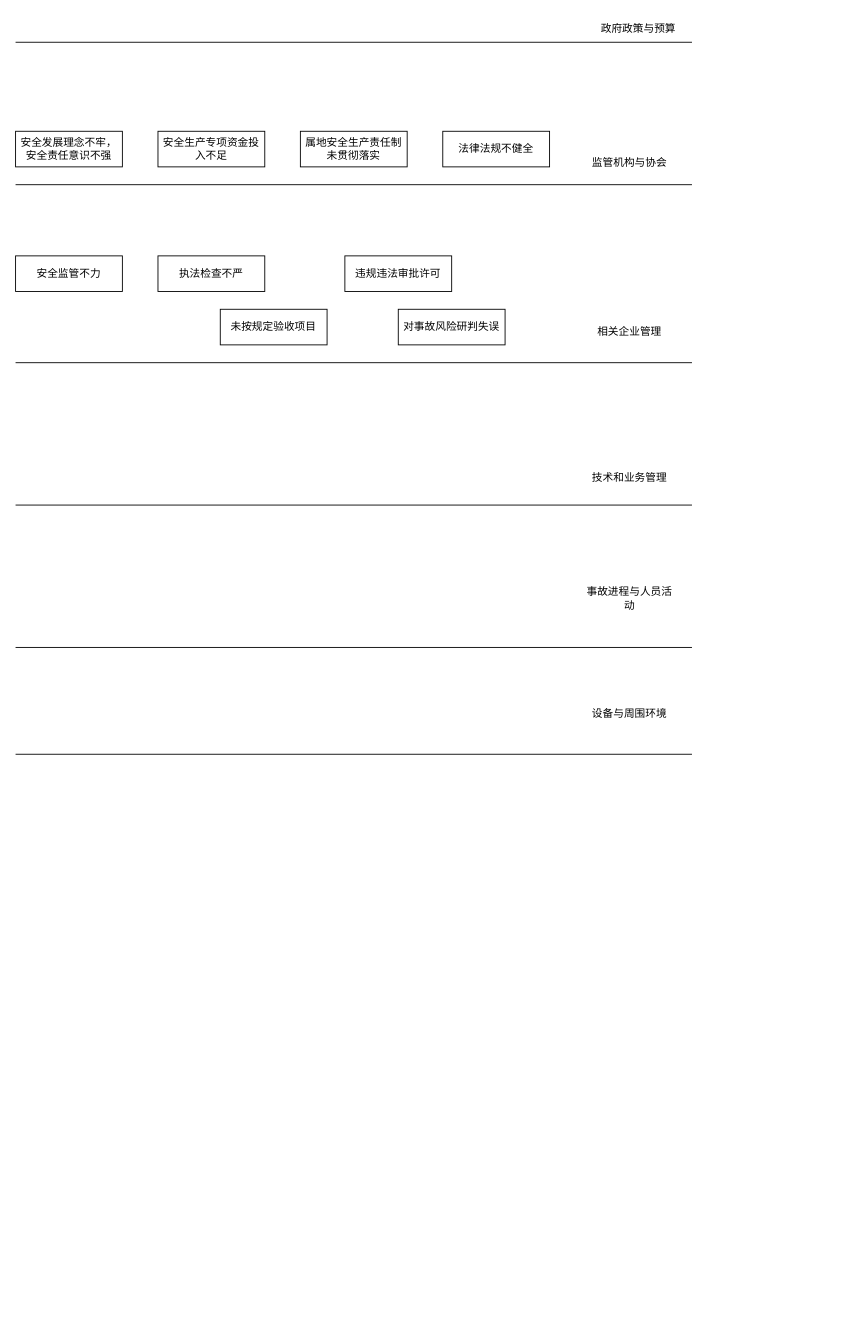
Before: 未命名绘图.drawio in fangjiarong/docs, a draw.io diagram. Source tidied: cells renumbered, new cells numbered last; positions are measured from the earlier drawing's top-left corner, leaving out a move shared by most shapes. Both pictures are drawn from the tidied source at 89%, with x=0, y=0 at pixel (15, 15).
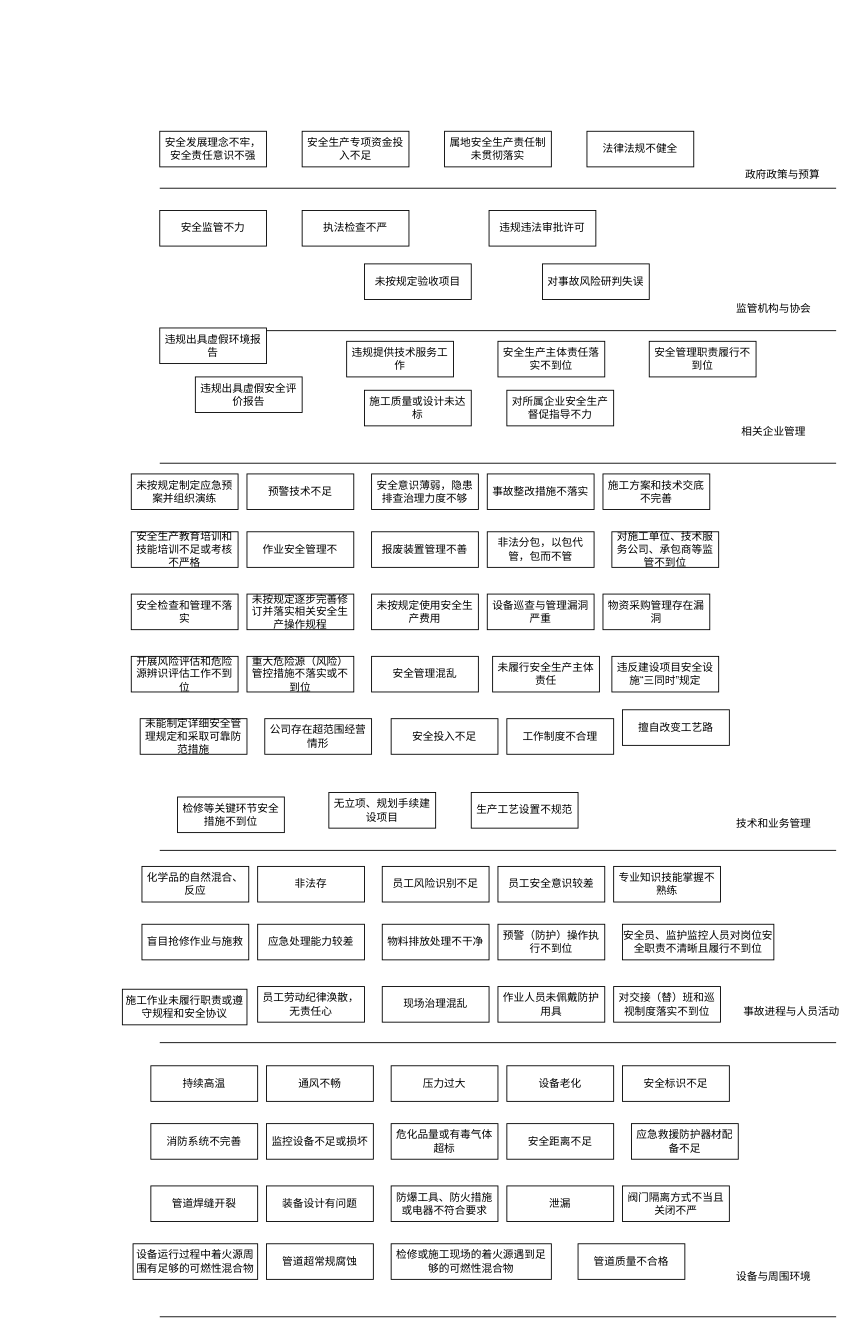
The same page after the edit.

Commit message (it also covers changes not shown here):
更新未命名绘图.drawio

The edit, as a diff of the source:
```diff
@@
     <mxCell id="2" style="endArrow=none;html=1;rounded=0;" parent="1" edge="1">
       <mxGeometry relative="1" as="geometry">
-        <mxPoint y="30" as="sourcePoint" />
-        <mxPoint x="760" y="30" as="targetPoint" />
+        <mxPoint x="162" y="194" as="sourcePoint" />
+        <mxPoint x="922" y="194" as="targetPoint" />
       </mxGeometry>
     </mxCell>
     <mxCell id="3" style="endArrow=none;html=1;rounded=0;" parent="1" edge="1">
       <mxGeometry relative="1" as="geometry">
-        <mxPoint y="190" as="sourcePoint" />
-        <mxPoint x="760" y="190" as="targetPoint" />
+        <mxPoint x="162" y="354" as="sourcePoint" />
+        <mxPoint x="922" y="354" as="targetPoint" />
       </mxGeometry>
     </mxCell>
     <mxCell id="4" style="endArrow=none;html=1;rounded=0;" parent="1" edge="1">
       <mxGeometry relative="1" as="geometry">
-        <mxPoint y="390" as="sourcePoint" />
-        <mxPoint x="760" y="390" as="targetPoint" />
+        <mxPoint x="162" y="503" as="sourcePoint" />
+        <mxPoint x="922" y="503" as="targetPoint" />
       </mxGeometry>
     </mxCell>
     <mxCell id="5" style="endArrow=none;html=1;rounded=0;" parent="1" edge="1">
       <mxGeometry relative="1" as="geometry">
-        <mxPoint y="550" as="sourcePoint" />
-        <mxPoint x="760" y="550" as="targetPoint" />
+        <mxPoint x="162" y="938" as="sourcePoint" />
+        <mxPoint x="922" y="938" as="targetPoint" />
       </mxGeometry>
     </mxCell>
     <mxCell id="6" style="endArrow=none;html=1;rounded=0;" parent="1" edge="1">
       <mxGeometry relative="1" as="geometry">
-        <mxPoint y="710" as="sourcePoint" />
-        <mxPoint x="760" y="710" as="targetPoint" />
+        <mxPoint x="162" y="1154" as="sourcePoint" />
+        <mxPoint x="922" y="1154" as="targetPoint" />
       </mxGeometry>
     </mxCell>
     <mxCell id="7" value="政府政策与预算" style="text;html=1;strokeColor=none;fillColor=none;align=center;verticalAlign=middle;whiteSpace=wrap;rounded=0;" parent="1" vertex="1">
-      <mxGeometry x="650" width="100" height="30" as="geometry" />
+      <mxGeometry x="812" y="164" width="100" height="30" as="geometry" />
     </mxCell>
     <mxCell id="8" value="监管机构与协会" style="text;html=1;strokeColor=none;fillColor=none;align=center;verticalAlign=middle;whiteSpace=wrap;rounded=0;" parent="1" vertex="1">
-      <mxGeometry x="640" y="150" width="100" height="30" as="geometry" />
+      <mxGeometry x="802" y="314" width="100" height="30" as="geometry" />
     </mxCell>
     <mxCell id="9" value="相关企业管理" style="text;html=1;strokeColor=none;fillColor=none;align=center;verticalAlign=middle;whiteSpace=wrap;rounded=0;" parent="1" vertex="1">
-      <mxGeometry x="640" y="340" width="100" height="30" as="geometry" />
+      <mxGeometry x="802" y="453" width="100" height="30" as="geometry" />
     </mxCell>
     <mxCell id="10" value="技术和业务管理" style="text;html=1;strokeColor=none;fillColor=none;align=center;verticalAlign=middle;whiteSpace=wrap;rounded=0;" parent="1" vertex="1">
-      <mxGeometry x="640" y="505" width="100" height="30" as="geometry" />
+      <mxGeometry x="802" y="893" width="100" height="30" as="geometry" />
     </mxCell>
     <mxCell id="11" value="事故进程与人员活动" style="text;html=1;strokeColor=none;fillColor=none;align=center;verticalAlign=middle;whiteSpace=wrap;rounded=0;" parent="1" vertex="1">
-      <mxGeometry x="640" y="640" width="100" height="30" as="geometry" />
+      <mxGeometry x="812" y="1104" width="120" height="30" as="geometry" />
     </mxCell>
     <mxCell id="12" value="设备与周围环境" style="text;html=1;strokeColor=none;fillColor=none;align=center;verticalAlign=middle;whiteSpace=wrap;rounded=0;" parent="1" vertex="1">
-      <mxGeometry x="640" y="770" width="100" height="30" as="geometry" />
+      <mxGeometry x="802" y="1402" width="100" height="30" as="geometry" />
     </mxCell>
     <mxCell id="13" style="endArrow=none;html=1;rounded=0;" parent="1" edge="1">
       <mxGeometry relative="1" as="geometry">
-        <mxPoint y="830" as="sourcePoint" />
-        <mxPoint x="760" y="830" as="targetPoint" />
+        <mxPoint x="162" y="1462" as="sourcePoint" />
+        <mxPoint x="922" y="1462" as="targetPoint" />
       </mxGeometry>
     </mxCell>
     <mxCell id="14" value="安全发展理念不牢，安全责任意识不强" style="rounded=0;whiteSpace=wrap;html=1;" parent="1" vertex="1">
-      <mxGeometry y="130" width="120" height="40" as="geometry" />
+      <mxGeometry x="162" y="130" width="120" height="40" as="geometry" />
     </mxCell>
     <mxCell id="15" value="安全生产专项资金投入不足" style="rounded=0;whiteSpace=wrap;html=1;" parent="1" vertex="1">
-      <mxGeometry x="160" y="130" width="120" height="40" as="geometry" />
+      <mxGeometry x="322" y="130" width="120" height="40" as="geometry" />
     </mxCell>
     <mxCell id="16" value="属地安全生产责任制未贯彻落实" style="rounded=0;whiteSpace=wrap;html=1;" parent="1" vertex="1">
-      <mxGeometry x="320" y="130" width="120" height="40" as="geometry" />
+      <mxGeometry x="482" y="130" width="120" height="40" as="geometry" />
     </mxCell>
     <mxCell id="17" value="法律法规不健全" style="rounded=0;whiteSpace=wrap;html=1;" parent="1" vertex="1">
-      <mxGeometry x="480" y="130" width="120" height="40" as="geometry" />
+      <mxGeometry x="642" y="130" width="120" height="40" as="geometry" />
     </mxCell>
     <mxCell id="18" value="对事故风险研判失误" style="rounded=0;whiteSpace=wrap;html=1;" parent="1" vertex="1">
-      <mxGeometry x="430" y="330" width="120" height="40" as="geometry" />
+      <mxGeometry x="592" y="279" width="120" height="40" as="geometry" />
     </mxCell>
     <mxCell id="19" value="违规违法审批许可" style="rounded=0;whiteSpace=wrap;html=1;" parent="1" vertex="1">
-      <mxGeometry x="370" y="270" width="120" height="40" as="geometry" />
+      <mxGeometry x="532" y="219" width="120" height="40" as="geometry" />
     </mxCell>
     <mxCell id="20" value="安全监管不力" style="rounded=0;whiteSpace=wrap;html=1;" parent="1" vertex="1">
-      <mxGeometry y="270" width="120" height="40" as="geometry" />
+      <mxGeometry x="162" y="219" width="120" height="40" as="geometry" />
     </mxCell>
     <mxCell id="21" value="执法检查不严" style="rounded=0;whiteSpace=wrap;html=1;" parent="1" vertex="1">
-      <mxGeometry x="160" y="270" width="120" height="40" as="geometry" />
+      <mxGeometry x="322" y="219" width="120" height="40" as="geometry" />
     </mxCell>
     <mxCell id="22" value="未按规定验收项目" style="rounded=0;whiteSpace=wrap;html=1;" parent="1" vertex="1">
-      <mxGeometry x="230" y="330" width="120" height="40" as="geometry" />
+      <mxGeometry x="392" y="279" width="120" height="40" as="geometry" />
     </mxCell>
+    <mxCell id="23" value="违规出具虚假环境报告" style="rounded=0;whiteSpace=wrap;html=1;" parent="1" vertex="1">
+      <mxGeometry x="162" y="351" width="120" height="40" as="geometry" />
+    </mxCell>
+    <mxCell id="24" value="违规出具虚假安全评价报告" style="rounded=0;whiteSpace=wrap;html=1;" parent="1" vertex="1">
+      <mxGeometry x="202" y="406" width="120" height="40" as="geometry" />
+    </mxCell>
+    <mxCell id="25" value="违规提供技术服务工作" style="rounded=0;whiteSpace=wrap;html=1;" parent="1" vertex="1">
+      <mxGeometry x="372" y="366" width="120" height="40" as="geometry" />
+    </mxCell>
+    <mxCell id="26" value="施工质量或设计未达标" style="rounded=0;whiteSpace=wrap;html=1;" parent="1" vertex="1">
+      <mxGeometry x="392" y="421" width="120" height="40" as="geometry" />
+    </mxCell>
+    <mxCell id="27" value="安全生产主体责任落实不到位" style="rounded=0;whiteSpace=wrap;html=1;" parent="1" vertex="1">
+      <mxGeometry x="542" y="366" width="120" height="40" as="geometry" />
+    </mxCell>
+    <mxCell id="28" value="对所属企业安全生产督促指导不力" style="rounded=0;whiteSpace=wrap;html=1;" parent="1" vertex="1">
+      <mxGeometry x="552" y="421" width="120" height="40" as="geometry" />
+    </mxCell>
+    <mxCell id="29" value="安全管理职责履行不到位" style="rounded=0;whiteSpace=wrap;html=1;" parent="1" vertex="1">
+      <mxGeometry x="712" y="366" width="120" height="40" as="geometry" />
+    </mxCell>
+    <mxCell id="30" value="未按规定制定应急预案并组织演练" style="rounded=0;whiteSpace=wrap;html=1;" parent="1" vertex="1">
+      <mxGeometry x="130" y="515" width="120" height="40" as="geometry" />
+    </mxCell>
+    <mxCell id="31" value="安全生产教育培训和技能培训不足或考核不严格" style="rounded=0;whiteSpace=wrap;html=1;" parent="1" vertex="1">
+      <mxGeometry x="130" y="580" width="120" height="40" as="geometry" />
+    </mxCell>
+    <mxCell id="32" value="安全检查和管理不落实" style="rounded=0;whiteSpace=wrap;html=1;" parent="1" vertex="1">
+      <mxGeometry x="130" y="650" width="120" height="40" as="geometry" />
+    </mxCell>
+    <mxCell id="33" value="预警技术不足" style="rounded=0;whiteSpace=wrap;html=1;" parent="1" vertex="1">
+      <mxGeometry x="260" y="515" width="120" height="40" as="geometry" />
+    </mxCell>
+    <mxCell id="34" value="作业安全管理不" style="rounded=0;whiteSpace=wrap;html=1;" parent="1" vertex="1">
+      <mxGeometry x="260" y="580" width="120" height="40" as="geometry" />
+    </mxCell>
+    <mxCell id="35" value="未按规定逐步完善修订并落实相关安全生产操作规程" style="rounded=0;whiteSpace=wrap;html=1;" parent="1" vertex="1">
+      <mxGeometry x="260" y="650" width="120" height="40" as="geometry" />
+    </mxCell>
+    <mxCell id="36" value="安全意识薄弱，隐患排查治理力度不够" style="rounded=0;whiteSpace=wrap;html=1;" parent="1" vertex="1">
+      <mxGeometry x="400" y="515" width="120" height="40" as="geometry" />
+    </mxCell>
+    <mxCell id="37" value="报废装置管理不善" style="rounded=0;whiteSpace=wrap;html=1;" parent="1" vertex="1">
+      <mxGeometry x="400" y="580" width="120" height="40" as="geometry" />
+    </mxCell>
+    <mxCell id="38" value="未按规定使用安全生产费用" style="rounded=0;whiteSpace=wrap;html=1;" parent="1" vertex="1">
+      <mxGeometry x="400" y="650" width="120" height="40" as="geometry" />
+    </mxCell>
+    <mxCell id="39" value="事故整改措施不落实" style="rounded=0;whiteSpace=wrap;html=1;" parent="1" vertex="1">
+      <mxGeometry x="530" y="515" width="120" height="40" as="geometry" />
+    </mxCell>
+    <mxCell id="40" value="非法分包，以包代管，包而不管" style="rounded=0;whiteSpace=wrap;html=1;" parent="1" vertex="1">
+      <mxGeometry x="530" y="580" width="120" height="40" as="geometry" />
+    </mxCell>
+    <mxCell id="41" value="设备巡查与管理漏洞严重" style="rounded=0;whiteSpace=wrap;html=1;" parent="1" vertex="1">
+      <mxGeometry x="530" y="650" width="120" height="40" as="geometry" />
+    </mxCell>
+    <mxCell id="42" value="施工方案和技术交底不完善" style="rounded=0;whiteSpace=wrap;html=1;" parent="1" vertex="1">
+      <mxGeometry x="660" y="515" width="120" height="40" as="geometry" />
+    </mxCell>
+    <mxCell id="43" value="对施工单位、技术服务公司、承包商等监管不到位" style="rounded=0;whiteSpace=wrap;html=1;" parent="1" vertex="1">
+      <mxGeometry x="670" y="580" width="120" height="40" as="geometry" />
+    </mxCell>
+    <mxCell id="44" value="物资采购管理存在漏洞" style="rounded=0;whiteSpace=wrap;html=1;" parent="1" vertex="1">
+      <mxGeometry x="660" y="650" width="120" height="40" as="geometry" />
+    </mxCell>
+    <mxCell id="45" value="开展风险评估和危险源辨识评估工作不到位" style="rounded=0;whiteSpace=wrap;html=1;" parent="1" vertex="1">
+      <mxGeometry x="130" y="720" width="120" height="40" as="geometry" />
+    </mxCell>
+    <mxCell id="46" value="重大危险源（风险）管控措施不落实或不到位" style="rounded=0;whiteSpace=wrap;html=1;" parent="1" vertex="1">
+      <mxGeometry x="260" y="720" width="120" height="40" as="geometry" />
+    </mxCell>
+    <mxCell id="47" value="安全管理混乱" style="rounded=0;whiteSpace=wrap;html=1;" parent="1" vertex="1">
+      <mxGeometry x="400" y="720" width="120" height="40" as="geometry" />
+    </mxCell>
+    <mxCell id="48" value="未履行安全生产主体责任" style="rounded=0;whiteSpace=wrap;html=1;" parent="1" vertex="1">
+      <mxGeometry x="536" y="720" width="120" height="40" as="geometry" />
+    </mxCell>
+    <mxCell id="49" value="违反建设项目安全设施“三同时”规定" style="rounded=0;whiteSpace=wrap;html=1;" parent="1" vertex="1">
+      <mxGeometry x="670" y="720" width="120" height="40" as="geometry" />
+    </mxCell>
+    <mxCell id="50" value="未能制定详细安全管理规定和采取可靠防范措施" style="rounded=0;whiteSpace=wrap;html=1;" parent="1" vertex="1">
+      <mxGeometry x="140" y="790" width="120" height="40" as="geometry" />
+    </mxCell>
+    <mxCell id="51" value="公司存在超范围经营情形" style="rounded=0;whiteSpace=wrap;html=1;" parent="1" vertex="1">
+      <mxGeometry x="280" y="790" width="120" height="40" as="geometry" />
+    </mxCell>
+    <mxCell id="52" value="安全投入不足" style="rounded=0;whiteSpace=wrap;html=1;" parent="1" vertex="1">
+      <mxGeometry x="422" y="790" width="120" height="40" as="geometry" />
+    </mxCell>
+    <mxCell id="53" value="工作制度不合理" style="rounded=0;whiteSpace=wrap;html=1;" parent="1" vertex="1">
+      <mxGeometry x="552" y="790" width="120" height="40" as="geometry" />
+    </mxCell>
+    <mxCell id="54" value="擅自改变工艺路" style="rounded=0;whiteSpace=wrap;html=1;" parent="1" vertex="1">
+      <mxGeometry x="682" y="780" width="120" height="40" as="geometry" />
+    </mxCell>
+    <mxCell id="55" value="检修等关键环节安全措施不到位" style="rounded=0;whiteSpace=wrap;html=1;" parent="1" vertex="1">
+      <mxGeometry x="182" y="878" width="120" height="40" as="geometry" />
+    </mxCell>
+    <mxCell id="56" value="无立项、规划手续建设项目" style="rounded=0;whiteSpace=wrap;html=1;" parent="1" vertex="1">
+      <mxGeometry x="352" y="873" width="120" height="40" as="geometry" />
+    </mxCell>
+    <mxCell id="57" value="生产工艺设置不规范" style="rounded=0;whiteSpace=wrap;html=1;" parent="1" vertex="1">
+      <mxGeometry x="512" y="873" width="120" height="40" as="geometry" />
+    </mxCell>
+    <mxCell id="58" value="化学品的自然混合、反应" style="rounded=0;whiteSpace=wrap;html=1;" parent="1" vertex="1">
+      <mxGeometry x="142" y="956" width="120" height="40" as="geometry" />
+    </mxCell>
+    <mxCell id="59" value="盲目抢修作业与施救" style="rounded=0;whiteSpace=wrap;html=1;" parent="1" vertex="1">
+      <mxGeometry x="142" y="1021" width="120" height="40" as="geometry" />
+    </mxCell>
+    <mxCell id="60" value="施工作业未履行职责或遵守规程和安全协议" style="rounded=0;whiteSpace=wrap;html=1;" parent="1" vertex="1">
+      <mxGeometry x="120" y="1094" width="140" height="40" as="geometry" />
+    </mxCell>
+    <mxCell id="61" value="非法存" style="rounded=0;whiteSpace=wrap;html=1;" parent="1" vertex="1">
+      <mxGeometry x="272" y="956" width="120" height="40" as="geometry" />
+    </mxCell>
+    <mxCell id="62" value="应急处理能力较差" style="rounded=0;whiteSpace=wrap;html=1;" parent="1" vertex="1">
+      <mxGeometry x="272" y="1021" width="120" height="40" as="geometry" />
+    </mxCell>
+    <mxCell id="63" value="员工劳动纪律涣散，无责任心" style="rounded=0;whiteSpace=wrap;html=1;" parent="1" vertex="1">
+      <mxGeometry x="272" y="1091" width="120" height="40" as="geometry" />
+    </mxCell>
+    <mxCell id="64" value="员工风险识别不足" style="rounded=0;whiteSpace=wrap;html=1;" parent="1" vertex="1">
+      <mxGeometry x="412" y="956" width="120" height="40" as="geometry" />
+    </mxCell>
+    <mxCell id="65" value="物料排放处理不干净" style="rounded=0;whiteSpace=wrap;html=1;" parent="1" vertex="1">
+      <mxGeometry x="412" y="1021" width="120" height="40" as="geometry" />
+    </mxCell>
+    <mxCell id="66" value="现场治理混乱" style="rounded=0;whiteSpace=wrap;html=1;" parent="1" vertex="1">
+      <mxGeometry x="412" y="1091" width="120" height="40" as="geometry" />
+    </mxCell>
+    <mxCell id="67" value="员工安全意识较差" style="rounded=0;whiteSpace=wrap;html=1;" parent="1" vertex="1">
+      <mxGeometry x="542" y="956" width="120" height="40" as="geometry" />
+    </mxCell>
+    <mxCell id="68" value="预警（防护）操作执行不到位" style="rounded=0;whiteSpace=wrap;html=1;" parent="1" vertex="1">
+      <mxGeometry x="542" y="1021" width="120" height="40" as="geometry" />
+    </mxCell>
+    <mxCell id="69" value="作业人员未佩戴防护用具" style="rounded=0;whiteSpace=wrap;html=1;" parent="1" vertex="1">
+      <mxGeometry x="542" y="1091" width="120" height="40" as="geometry" />
+    </mxCell>
+    <mxCell id="70" value="专业知识技能掌握不熟练" style="rounded=0;whiteSpace=wrap;html=1;" parent="1" vertex="1">
+      <mxGeometry x="672" y="956" width="120" height="40" as="geometry" />
+    </mxCell>
+    <mxCell id="71" value="安全员、监护监控人员对岗位安全职责不清晰且履行不到位" style="rounded=0;whiteSpace=wrap;html=1;" parent="1" vertex="1">
+      <mxGeometry x="682" y="1021" width="170" height="40" as="geometry" />
+    </mxCell>
+    <mxCell id="72" value="对交接（替）班和巡视制度落实不到位" style="rounded=0;whiteSpace=wrap;html=1;" parent="1" vertex="1">
+      <mxGeometry x="672" y="1091" width="120" height="40" as="geometry" />
+    </mxCell>
+    <mxCell id="73" value="持续高温" style="rounded=0;whiteSpace=wrap;html=1;" parent="1" vertex="1">
+      <mxGeometry x="152" y="1180" width="120" height="40" as="geometry" />
+    </mxCell>
+    <mxCell id="74" value="消防系统不完善" style="rounded=0;whiteSpace=wrap;html=1;" parent="1" vertex="1">
+      <mxGeometry x="152" y="1245" width="120" height="40" as="geometry" />
+    </mxCell>
+    <mxCell id="75" value="管道焊缝开裂" style="rounded=0;whiteSpace=wrap;html=1;" parent="1" vertex="1">
+      <mxGeometry x="152" y="1315" width="120" height="40" as="geometry" />
+    </mxCell>
+    <mxCell id="76" value="通风不畅" style="rounded=0;whiteSpace=wrap;html=1;" parent="1" vertex="1">
+      <mxGeometry x="282" y="1180" width="120" height="40" as="geometry" />
+    </mxCell>
+    <mxCell id="77" value="监控设备不足或损坏" style="rounded=0;whiteSpace=wrap;html=1;" parent="1" vertex="1">
+      <mxGeometry x="282" y="1245" width="120" height="40" as="geometry" />
+    </mxCell>
+    <mxCell id="78" value="装备设计有问题" style="rounded=0;whiteSpace=wrap;html=1;" parent="1" vertex="1">
+      <mxGeometry x="282" y="1315" width="120" height="40" as="geometry" />
+    </mxCell>
+    <mxCell id="79" value="压力过大" style="rounded=0;whiteSpace=wrap;html=1;" parent="1" vertex="1">
+      <mxGeometry x="422" y="1180" width="120" height="40" as="geometry" />
+    </mxCell>
+    <mxCell id="80" value="危化品量或有毒气体超标" style="rounded=0;whiteSpace=wrap;html=1;" parent="1" vertex="1">
+      <mxGeometry x="422" y="1245" width="120" height="40" as="geometry" />
+    </mxCell>
+    <mxCell id="81" value="防爆工具、防火措施或电器不符合要求" style="rounded=0;whiteSpace=wrap;html=1;" parent="1" vertex="1">
+      <mxGeometry x="422" y="1315" width="120" height="40" as="geometry" />
+    </mxCell>
+    <mxCell id="82" value="设备老化" style="rounded=0;whiteSpace=wrap;html=1;" parent="1" vertex="1">
+      <mxGeometry x="552" y="1180" width="120" height="40" as="geometry" />
+    </mxCell>
+    <mxCell id="83" value="安全距离不足" style="rounded=0;whiteSpace=wrap;html=1;" parent="1" vertex="1">
+      <mxGeometry x="552" y="1245" width="120" height="40" as="geometry" />
+    </mxCell>
+    <mxCell id="84" value="泄漏" style="rounded=0;whiteSpace=wrap;html=1;" parent="1" vertex="1">
+      <mxGeometry x="552" y="1315" width="120" height="40" as="geometry" />
+    </mxCell>
+    <mxCell id="85" value="安全标识不足" style="rounded=0;whiteSpace=wrap;html=1;" parent="1" vertex="1">
+      <mxGeometry x="682" y="1180" width="120" height="40" as="geometry" />
+    </mxCell>
+    <mxCell id="86" value="应急救援防护器材配备不足" style="rounded=0;whiteSpace=wrap;html=1;" parent="1" vertex="1">
+      <mxGeometry x="692" y="1245" width="120" height="40" as="geometry" />
+    </mxCell>
+    <mxCell id="87" value="阀门隔离方式不当且关闭不严" style="rounded=0;whiteSpace=wrap;html=1;" parent="1" vertex="1">
+      <mxGeometry x="682" y="1315" width="120" height="40" as="geometry" />
+    </mxCell>
+    <mxCell id="88" value="设备运行过程中着火源周围有足够的可燃性混合物" style="rounded=0;whiteSpace=wrap;html=1;" parent="1" vertex="1">
+      <mxGeometry x="132" y="1380" width="140" height="40" as="geometry" />
+    </mxCell>
+    <mxCell id="89" value="管道超常规腐蚀" style="rounded=0;whiteSpace=wrap;html=1;" parent="1" vertex="1">
+      <mxGeometry x="282" y="1380" width="120" height="40" as="geometry" />
+    </mxCell>
+    <mxCell id="90" value="检修或施工现场的着火源遇到足够的可燃性混合物" style="rounded=0;whiteSpace=wrap;html=1;" parent="1" vertex="1">
+      <mxGeometry x="422" y="1380" width="180" height="40" as="geometry" />
+    </mxCell>
+    <mxCell id="91" value="管道质量不合格" style="rounded=0;whiteSpace=wrap;html=1;" parent="1" vertex="1">
+      <mxGeometry x="632" y="1380" width="120" height="40" as="geometry" />
+    </mxCell>
```
